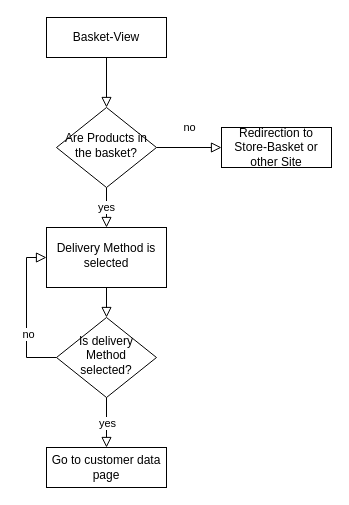
jaegermoritz/test-wiki-diagrams keeps this draw.io diagram as page "Basket" (1 of 4) of basket.drawio. Above is the earlier version. Source tidied: cells renumbered, new cells numbered last; positions are measured from the earlier drawing's top-left corner, leaving out a move shared by most shapes. Both pictures are drawn from the tidied source at 100%, with x=0, y=0 at pixel (46, 17).
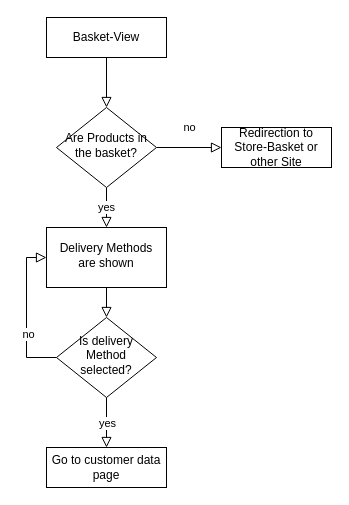
The same diagram, later.

Commit message:
update wording of basket element

Diff of the diagram source:
```diff
@@
 <mxGraphModel>
   <root>
     <mxCell id="0" />
     <mxCell id="1" parent="0" />
     <mxCell id="2" style="rounded=0;html=1;jettySize=auto;fontSize=11;endArrow=block;endFill=0;endSize=8;strokeWidth=1;shadow=0;labelBackgroundColor=none;edgeStyle=orthogonalEdgeStyle;" parent="1" edge="1" source="3" target="6">
       <mxGeometry relative="1" as="geometry" />
     </mxCell>
     <mxCell id="3" value="Basket-View" style="rounded=0;whiteSpace=wrap;html=1;fontSize=12;glass=0;strokeWidth=1;shadow=0;" parent="1" vertex="1">
       <mxGeometry width="120" height="40" as="geometry" />
     </mxCell>
     <mxCell id="4" value="no" style="rounded=0;html=1;jettySize=auto;fontSize=11;endArrow=block;endFill=0;endSize=8;strokeWidth=1;shadow=0;labelBackgroundColor=none;edgeStyle=orthogonalEdgeStyle;entryX=0;entryY=0.5;entryDx=0;entryDy=0;" parent="1" edge="1" source="6" target="15">
       <mxGeometry y="20" relative="1" as="geometry" />
     </mxCell>
     <mxCell id="5" value="yes" style="edgeStyle=orthogonalEdgeStyle;rounded=0;jumpStyle=none;jettySize=auto;html=1;endArrow=block;endFill=0;endSize=8;" parent="1" edge="1" source="6" target="14">
       <mxGeometry relative="1" as="geometry" />
     </mxCell>
     <mxCell id="6" value="Are Products in the basket?" style="rhombus;whiteSpace=wrap;html=1;shadow=0;fontFamily=Helvetica;fontSize=12;align=center;strokeWidth=1;spacing=6;spacingTop=-4;" parent="1" vertex="1">
       <mxGeometry x="10" y="90" width="100" height="80" as="geometry" />
     </mxCell>
     <mxCell id="7" style="edgeStyle=orthogonalEdgeStyle;rounded=0;jumpStyle=none;jettySize=auto;html=1;exitX=0;exitY=0.5;exitDx=0;exitDy=0;endArrow=block;endFill=0;endSize=8;entryX=0;entryY=0.5;entryDx=0;entryDy=0;" parent="1" edge="1" source="9" target="14">
       <mxGeometry relative="1" as="geometry" />
     </mxCell>
     <mxCell id="8" value="no" style="edgeLabel;html=1;align=center;verticalAlign=middle;" parent="7" vertex="1">
       <mxGeometry x="-0.28" y="-1" relative="1" as="geometry" />
     </mxCell>
     <mxCell id="9" value="Is delivery Method selected?" style="rhombus;whiteSpace=wrap;html=1;shadow=0;fontFamily=Helvetica;fontSize=12;align=center;strokeWidth=1;spacing=6;spacingTop=-4;" parent="1" vertex="1">
       <mxGeometry x="10" y="300" width="100" height="80" as="geometry" />
     </mxCell>
     <mxCell id="10" value="Go to customer data page" style="rounded=0;whiteSpace=wrap;html=1;fontSize=12;glass=0;strokeWidth=1;shadow=0;" parent="1" vertex="1">
       <mxGeometry y="430" width="120" height="40" as="geometry" />
     </mxCell>
     <mxCell id="11" style="endArrow=block;html=1;exitX=0.5;exitY=1;exitDx=0;exitDy=0;entryX=0.5;entryY=0;entryDx=0;entryDy=0;jumpStyle=none;rounded=0;endFill=0;endSize=8;" parent="1" edge="1" source="9" target="10">
       <mxGeometry relative="1" as="geometry" />
     </mxCell>
     <mxCell id="12" value="yes" style="edgeLabel;html=1;align=center;verticalAlign=middle;" parent="11" vertex="1">
       <mxGeometry relative="1" as="geometry" />
     </mxCell>
     <mxCell id="13" style="edgeStyle=orthogonalEdgeStyle;rounded=0;jumpStyle=none;jettySize=auto;html=1;endArrow=block;endFill=0;endSize=8;" parent="1" edge="1" source="14" target="9">
       <mxGeometry relative="1" as="geometry" />
     </mxCell>
-    <mxCell id="14" value="Delivery Method is selected" style="whiteSpace=wrap;html=1;shadow=0;strokeWidth=1;spacing=6;spacingTop=-4;" parent="1" vertex="1">
+    <mxCell id="14" value="Delivery Methods are shown" style="whiteSpace=wrap;html=1;shadow=0;strokeWidth=1;spacing=6;spacingTop=-4;" parent="1" vertex="1">
       <mxGeometry y="210" width="120" height="60" as="geometry" />
     </mxCell>
     <mxCell id="15" value="Redirection to Store-Basket or other Site" style="rounded=0;whiteSpace=wrap;html=1;" parent="1" vertex="1">
       <mxGeometry x="175" y="110" width="110" height="40" as="geometry" />
     </mxCell>
   </root>
 </mxGraphModel>
```
